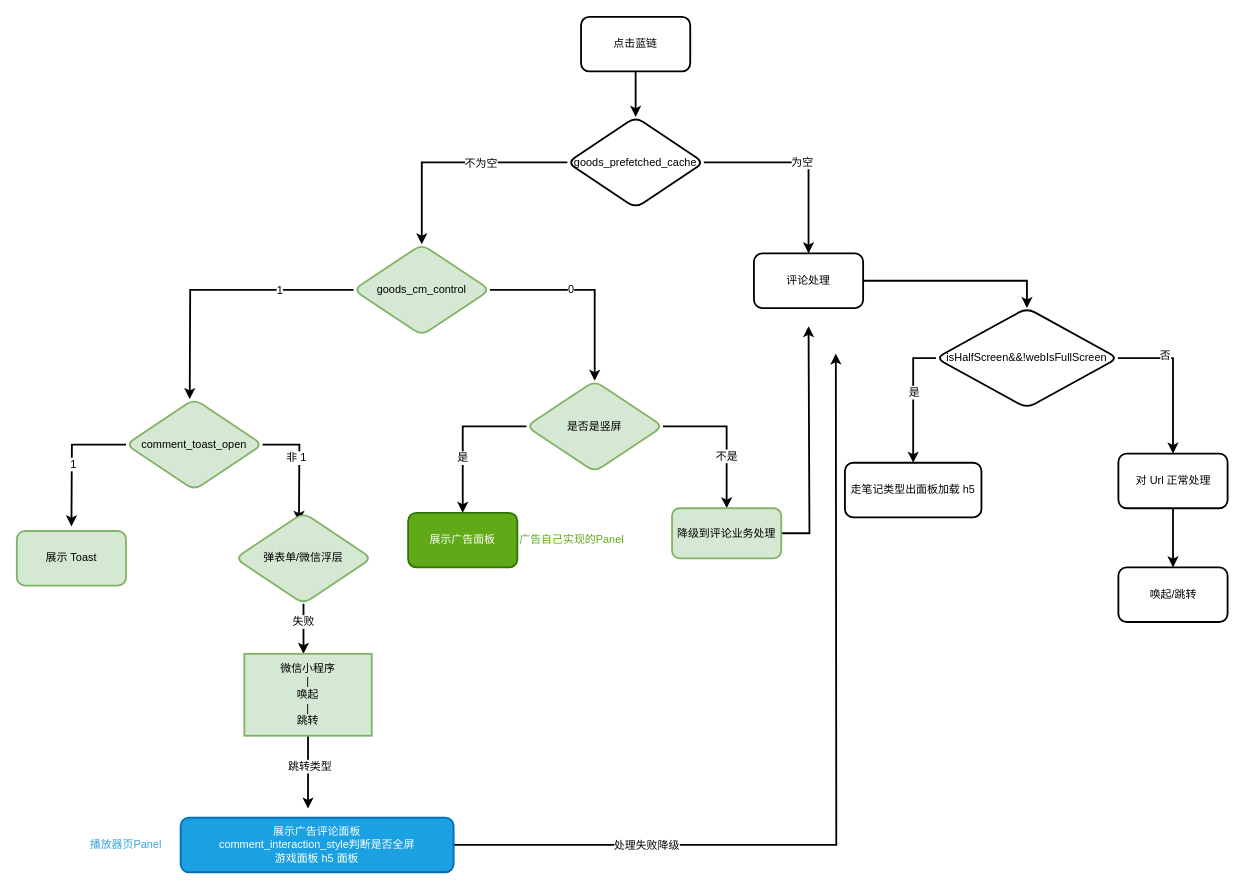
Above: 未命名绘图.drawio in windherd/draw.io (draw.io), before the change. Source tidied: cells renumbered, new cells numbered last; positions are measured from the earlier drawing's top-left corner, leaving out a move shared by most shapes. Both pictures are drawn from the tidied source at 91%, with x=0, y=0 at pixel (16, 16).
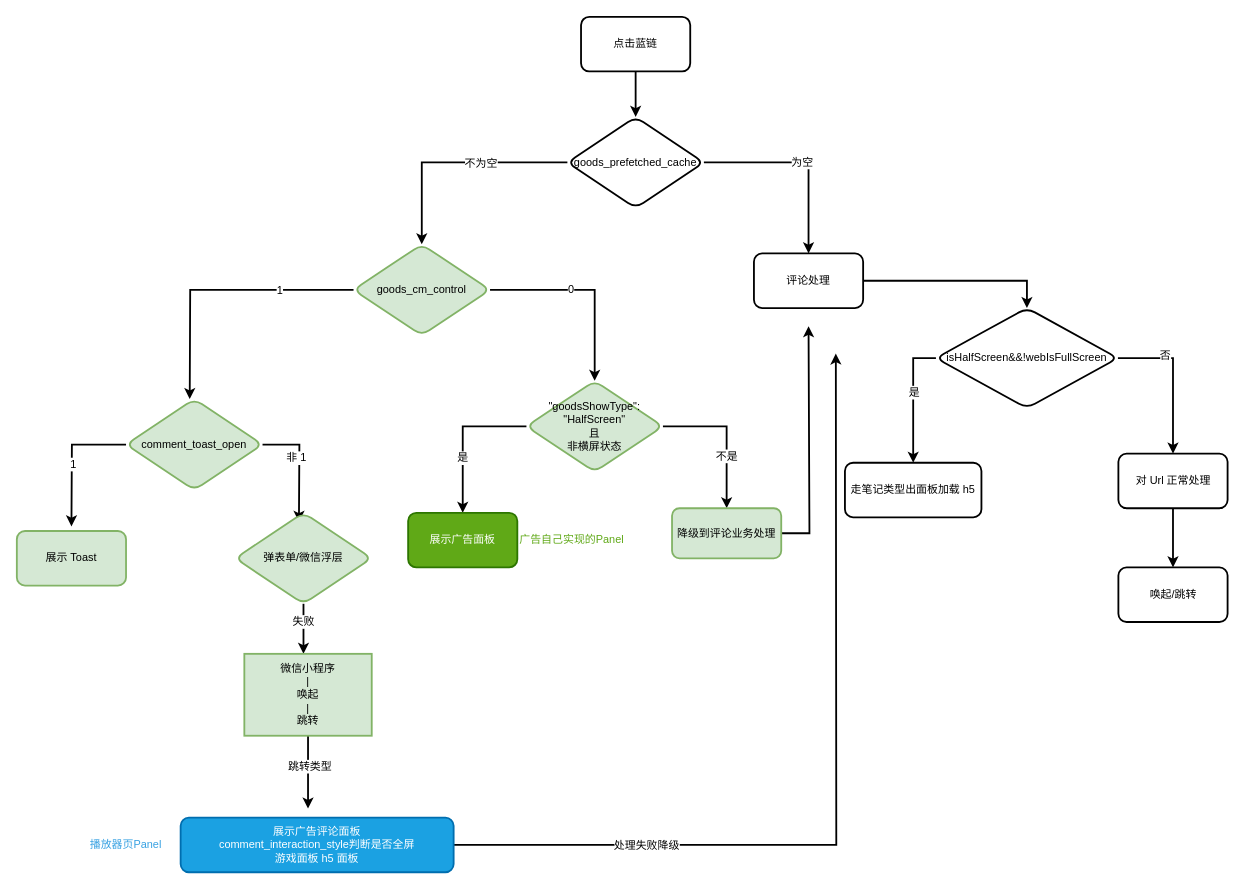
Above is the later version.

Commit message:
更新未命名绘图.drawio

Change to the diagram source:
```diff
@@
-    <mxCell id="19" value="是否是竖屏" style="rhombus;whiteSpace=wrap;html=1;rounded=1;strokeColor=#82b366;strokeWidth=2;fontFamily=Helvetica;fontSize=12;fillColor=#d5e8d4;" parent="1" vertex="1">
+    <mxCell id="19" value="&quot;goodsShowType&quot;: &quot;HalfScreen&quot;&lt;br&gt;且&lt;br&gt;非横屏状态" style="rhombus;whiteSpace=wrap;html=1;rounded=1;strokeColor=#82b366;strokeWidth=2;fontFamily=Helvetica;fontSize=12;fillColor=#d5e8d4;" parent="1" vertex="1">
       <mxGeometry x="560" y="400" width="150" height="100" as="geometry" />
     </mxCell>
```
